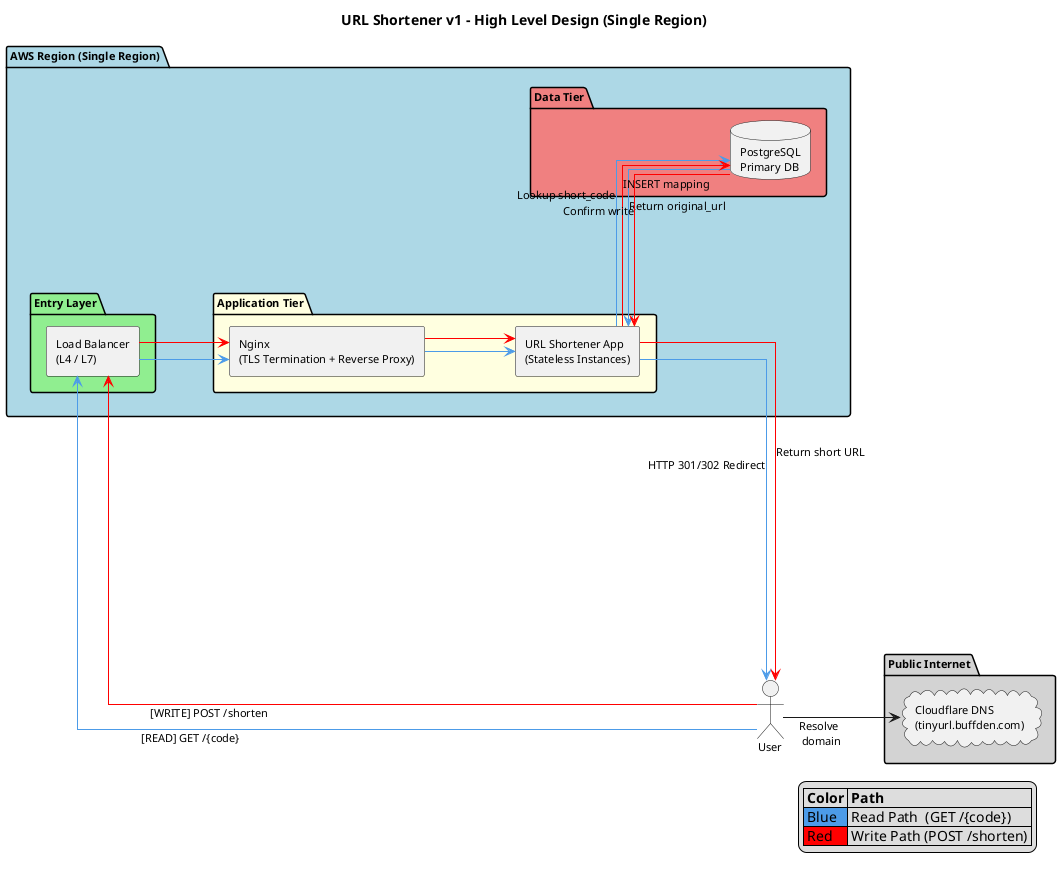
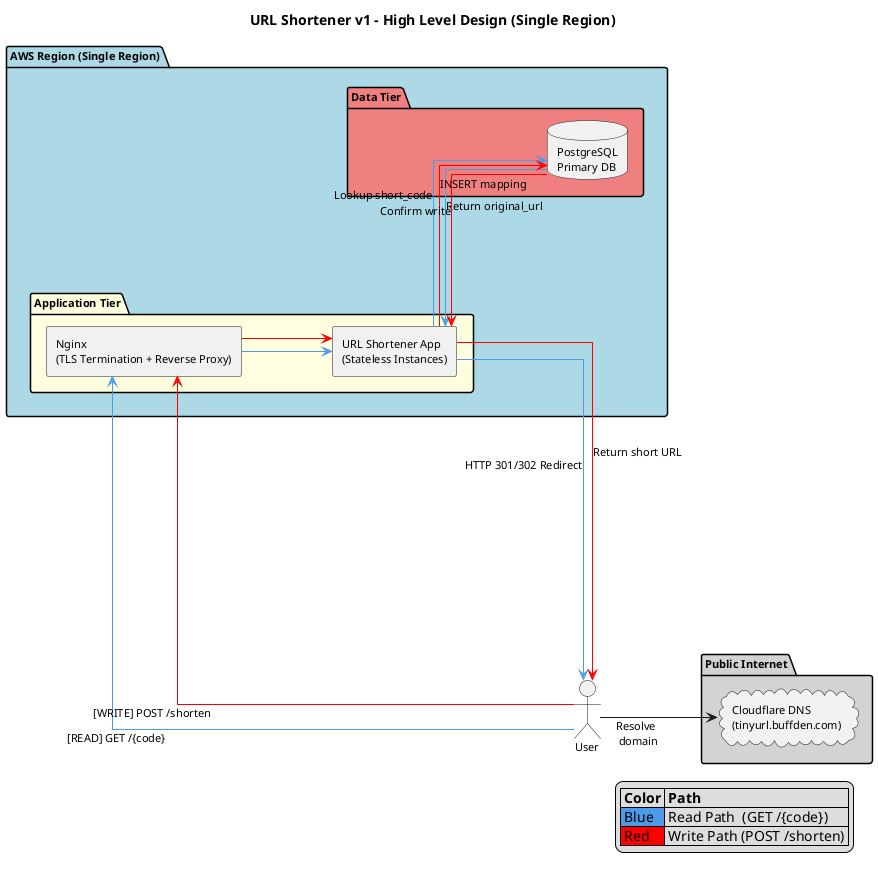
@startuml URLShortenerV1
title URL Shortener v1 - High Level Design (Single Region)

left to right direction
skinparam linetype ortho
skinparam shadowing false
skinparam componentStyle rectangle
skinparam defaultFontName Arial
skinparam defaultFontSize 11
skinparam nodesep 170
skinparam ranksep 90
skinparam packagePadding 26
skinparam componentPadding 12
skinparam component<<spacer>> {
    BorderColor transparent
    BackgroundColor transparent
    FontColor transparent
}

' ---------------- LEGEND ----------------
legend right
  |= Color |= Path |
  |<#4C9BE8> Blue  | Read Path  (GET /{code})   |
  |<#FF0000> Red   | Write Path (POST /shorten) |
endlegend

' ---------------- CLIENT ----------------
actor User

' ---------------- INTERNET ----------------
package "Public Internet" #LightGray {
    cloud "Cloudflare DNS\n(tinyurl.buffden.com)" as DNS
}

' ---------------- AWS REGION ----------------
package "AWS Region (Single Region)" #LightBlue {

-     package "Entry Layer" #LightGreen {
-         [Load Balancer\n(L4 / L7)] as LB
-     }
- 
    package "Application Tier" #LightYellow {
        [Nginx\n(TLS Termination + Reverse Proxy)] as NGINX
        [URL Shortener App\n(Stateless Instances)] as APP
    }

    package "Data Tier" #LightCoral {
        [ ] as DATA_GAP <<spacer>>
        database "PostgreSQL\nPrimary DB" as DB
    }
}

' Layout alignment
NGINX -[hidden]-> APP
APP -[hidden]-> DATA_GAP
DATA_GAP -[hidden]-> DB

' ---------------- SHARED PATH ----------------

User --> DNS : Resolve \n domain

' ---------------- READ PATH (blue) ----------------

- User -[#4C9BE8]-> LB : [READ] GET /{code}
- LB -[#4C9BE8]-> NGINX
+ User -[#4C9BE8]-> NGINX : [READ] GET /{code}
NGINX -[#4C9BE8]-> APP
APP -[#4C9BE8]-> DB : Lookup short_code
DB -[#4C9BE8]-> APP : Return original_url
APP -[#4C9BE8]-> User : HTTP 301/302 Redirect

' ---------------- WRITE PATH (red) ----------------

- User -[#FF0000]-> LB : [WRITE] POST /shorten
- LB -[#FF0000]-> NGINX
+ User -[#FF0000]-> NGINX : [WRITE] POST /shorten
NGINX -[#FF0000]-> APP
APP -[#FF0000]-> DB : INSERT mapping
DB -[#FF0000]-> APP : Confirm write
APP -[#FF0000]-> User : Return short URL

@enduml
